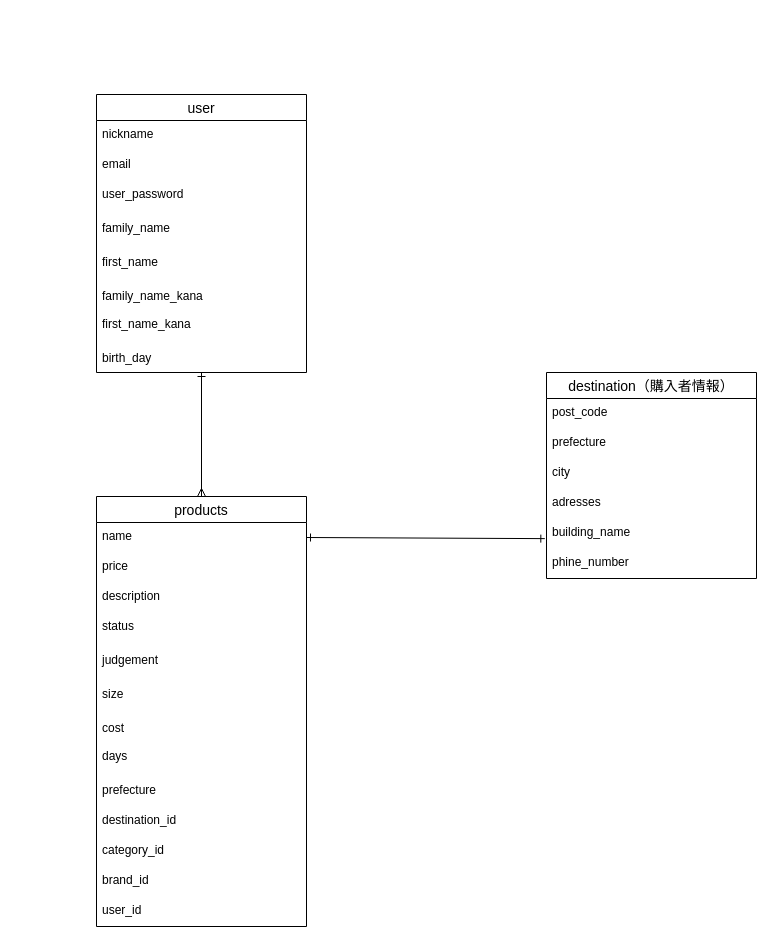
This is furima.dio from nono2chan/furima-39100, a draw.io file, before an edit. Source tidied: cells renumbered, new cells numbered last; positions are measured from the earlier drawing's top-left corner, leaving out a move shared by most shapes. Both pictures are drawn from the tidied source at 100%, with x=0, y=0 at pixel (96, 94).
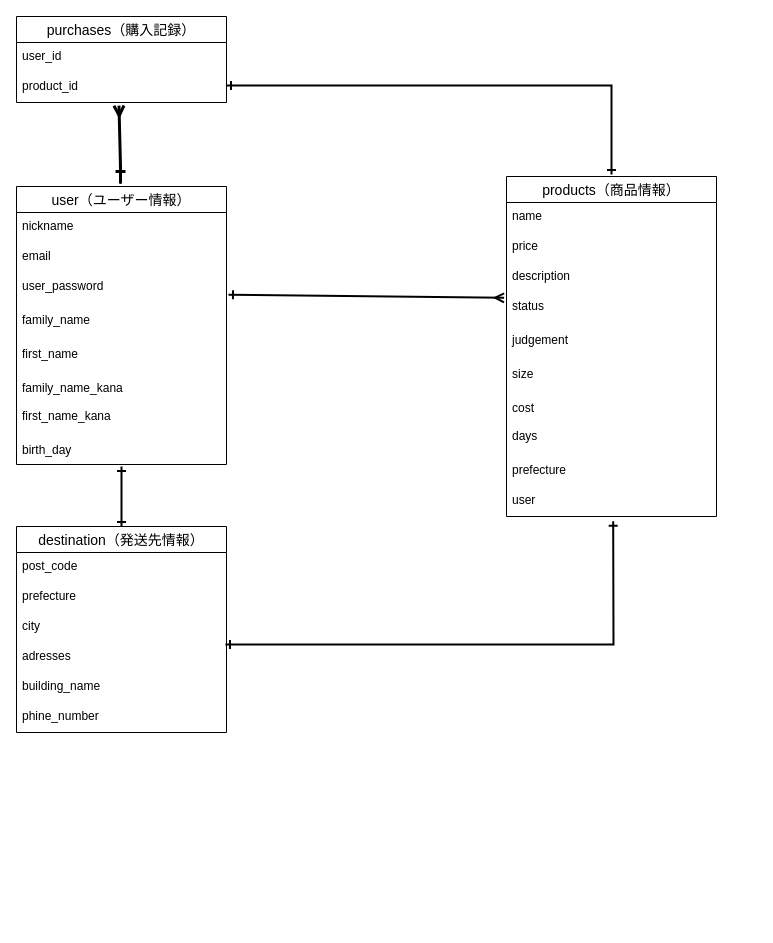
The same diagram, later.

Commit message (it also covers changes not shown here):
ER図&README修正

The change refers to these unchanged cells:
```xml
<mxCell id="13" value="name" style="text;strokeColor=none;fillColor=none;spacingLeft=4;spacingRight=4;overflow=hidden;points=[[0,0.5],[1,0.5]];portConstraint=eastwest;fontSize=12;" parent="12" vertex="1">
  <mxGeometry y="26" width="210" height="30" as="geometry" />
</mxCell>
<mxCell id="30" value="adresses" style="text;strokeColor=none;fillColor=none;spacingLeft=4;spacingRight=4;overflow=hidden;points=[[0,0.5],[1,0.5]];portConstraint=eastwest;fontSize=12;" parent="26" vertex="1">
  <mxGeometry y="116" width="210" height="30" as="geometry" />
</mxCell>
<mxCell id="31" value="building_name" style="text;strokeColor=none;fillColor=none;spacingLeft=4;spacingRight=4;overflow=hidden;points=[[0,0.5],[1,0.5]];portConstraint=eastwest;fontSize=12;" parent="26" vertex="1">
  <mxGeometry y="146" width="210" height="30" as="geometry" />
</mxCell>
```

What changed in the source:
```diff
@@
-    <mxCell id="2" style="edgeStyle=none;html=1;endArrow=ERmany;endFill=0;entryX=0.5;entryY=0;entryDx=0;entryDy=0;startArrow=ERone;startFill=0;" parent="1" edge="1" source="3" target="12">
-      <mxGeometry relative="1" as="geometry" />
+    <mxCell id="2" style="edgeStyle=none;html=1;endArrow=ERmany;endFill=0;startArrow=ERone;startFill=0;strokeWidth=3;entryX=0.488;entryY=1.104;entryDx=0;entryDy=0;entryPerimeter=0;" parent="1" edge="1" target="38">
+      <mxGeometry relative="1" as="geometry">
+        <mxPoint x="24" y="72" as="sourcePoint" />
+        <Array as="points">
+          <mxPoint x="24" y="93" />
+          <mxPoint x="24" y="72" />
+        </Array>
+      </mxGeometry>
     </mxCell>
+    <mxCell id="34" style="edgeStyle=none;rounded=0;html=1;strokeWidth=2;startArrow=ERone;startFill=0;endArrow=ERone;endFill=0;" parent="1" edge="1" source="3">
+      <mxGeometry relative="1" as="geometry">
+        <mxPoint x="20" y="92" as="targetPoint" />
+      </mxGeometry>
+    </mxCell>
-    <mxCell id="3" value="user" style="swimlane;fontStyle=0;horizontal=1;startSize=26;align=center;fontSize=14;" parent="1" vertex="1">
-      <mxGeometry width="210" height="278" as="geometry" />
+    <mxCell id="3" value="user（ユーザー情報）" style="swimlane;fontStyle=0;horizontal=1;startSize=26;align=center;fontSize=14;" parent="1" vertex="1">
+      <mxGeometry x="-80" y="92" width="210" height="278" as="geometry" />
     </mxCell>
@@
+    <mxCell id="35" style="edgeStyle=none;rounded=0;html=1;exitX=0.5;exitY=0;exitDx=0;exitDy=0;strokeWidth=2;startArrow=ERone;startFill=0;endArrow=ERone;endFill=0;" parent="1" edge="1">
+      <mxGeometry relative="1" as="geometry">
+        <mxPoint x="515" y="80" as="sourcePoint" />
+        <mxPoint x="130" y="-9" as="targetPoint" />
+        <Array as="points">
+          <mxPoint x="515" y="-9" />
+        </Array>
+      </mxGeometry>
+    </mxCell>
-    <mxCell id="12" value="products" style="swimlane;fontStyle=0;horizontal=1;startSize=26;align=center;fontSize=14;" parent="1" vertex="1">
-      <mxGeometry y="402" width="210" height="430" as="geometry" />
+    <mxCell id="12" value="products（商品情報）" style="swimlane;fontStyle=0;horizontal=1;startSize=26;align=center;fontSize=14;" parent="1" vertex="1">
+      <mxGeometry x="410" y="82" width="210" height="340" as="geometry" />
     </mxCell>
@@
-    <mxCell id="22" value="destination_id" style="text;strokeColor=none;fillColor=none;spacingLeft=4;spacingRight=4;overflow=hidden;fontSize=12;strokeWidth=1;html=0;" parent="12" vertex="1">
-      <mxGeometry y="310" width="210" height="30" as="geometry" />
-    </mxCell>
-    <mxCell id="23" value="category_id" style="text;strokeColor=none;fillColor=none;spacingLeft=4;spacingRight=4;overflow=hidden;fontSize=12;" parent="12" vertex="1">
-      <mxGeometry y="340" width="210" height="30" as="geometry" />
-    </mxCell>
-    <mxCell id="24" value="brand_id" style="text;strokeColor=none;fillColor=none;spacingLeft=4;spacingRight=4;overflow=hidden;fontSize=12;" parent="12" vertex="1">
-      <mxGeometry y="370" width="210" height="30" as="geometry" />
-    </mxCell>
-    <mxCell id="25" value="user_id" style="text;strokeColor=none;fillColor=none;spacingLeft=4;spacingRight=4;overflow=hidden;points=[[0,0.5],[1,0.5]];portConstraint=eastwest;fontSize=12;" parent="12" vertex="1">
-      <mxGeometry y="400" width="210" height="30" as="geometry" />
+    <mxCell id="25" value="user" style="text;strokeColor=none;fillColor=none;spacingLeft=4;spacingRight=4;overflow=hidden;points=[[0,0.5],[1,0.5]];portConstraint=eastwest;fontSize=12;" parent="12" vertex="1">
+      <mxGeometry y="310" width="210" height="30" as="geometry" />
     </mxCell>
-    <mxCell id="26" value="destination（購入者情報）" style="swimlane;fontStyle=0;horizontal=1;startSize=26;align=center;fontSize=14;" parent="1" vertex="1">
-      <mxGeometry x="450" y="278" width="210" height="206" as="geometry" />
+    <mxCell id="26" value="destination（発送先情報）" style="swimlane;fontStyle=0;horizontal=1;startSize=26;align=center;fontSize=14;" parent="1" vertex="1">
+      <mxGeometry x="-80" y="432" width="210" height="206" as="geometry" />
     </mxCell>
@@
-    <mxCell id="33" style="edgeStyle=none;rounded=0;html=1;exitX=1;exitY=0.5;exitDx=0;exitDy=0;entryX=-0.008;entryY=0.671;entryDx=0;entryDy=0;startArrow=ERone;startFill=0;endArrow=ERone;endFill=0;entryPerimeter=0;" parent="1" edge="1" source="13" target="31">
-      <mxGeometry relative="1" as="geometry" />
+    <mxCell id="33" style="edgeStyle=none;rounded=0;html=1;exitX=0.508;exitY=1.156;exitDx=0;exitDy=0;entryX=0.995;entryY=0.067;entryDx=0;entryDy=0;startArrow=ERone;startFill=0;endArrow=ERone;endFill=0;strokeWidth=2;exitPerimeter=0;entryPerimeter=0;" parent="1" edge="1" source="25" target="30">
+      <mxGeometry relative="1" as="geometry">
+        <Array as="points">
+          <mxPoint x="517" y="550" />
+        </Array>
+      </mxGeometry>
     </mxCell>
+    <mxCell id="36" value="purchases（購入記録）" style="swimlane;fontStyle=0;horizontal=1;startSize=26;align=center;fontSize=14;" parent="1" vertex="1">
+      <mxGeometry x="-80" y="-78" width="210" height="86" as="geometry" />
+    </mxCell>
+    <mxCell id="37" value="user_id" style="text;strokeColor=none;fillColor=none;spacingLeft=4;spacingRight=4;overflow=hidden;fontSize=12;" parent="36" vertex="1">
+      <mxGeometry y="26" width="210" height="30" as="geometry" />
+    </mxCell>
+    <mxCell id="38" value="product_id" style="text;strokeColor=none;fillColor=none;spacingLeft=4;spacingRight=4;overflow=hidden;points=[[0,0.5],[1,0.5]];portConstraint=eastwest;fontSize=12;" parent="36" vertex="1">
+      <mxGeometry y="56" width="210" height="30" as="geometry" />
+    </mxCell>
+    <mxCell id="39" style="edgeStyle=none;html=1;endArrow=ERmany;endFill=0;startArrow=ERone;startFill=0;strokeWidth=2;entryX=-0.021;entryY=0.157;entryDx=0;entryDy=0;entryPerimeter=0;exitX=1;exitY=0.5;exitDx=0;exitDy=0;" parent="1" edge="1">
+      <mxGeometry relative="1" as="geometry">
+        <mxPoint x="132" y="200.3" as="sourcePoint" />
+        <mxPoint x="407.6" y="203.3" as="targetPoint" />
+      </mxGeometry>
+    </mxCell>
+    <mxCell id="40" style="edgeStyle=none;rounded=0;html=1;startArrow=ERone;startFill=0;endArrow=ERone;endFill=0;strokeWidth=2;entryX=0.5;entryY=0;entryDx=0;entryDy=0;" parent="1" edge="1" target="26">
+      <mxGeometry relative="1" as="geometry">
+        <mxPoint x="25" y="372" as="sourcePoint" />
+      </mxGeometry>
+    </mxCell>
```
